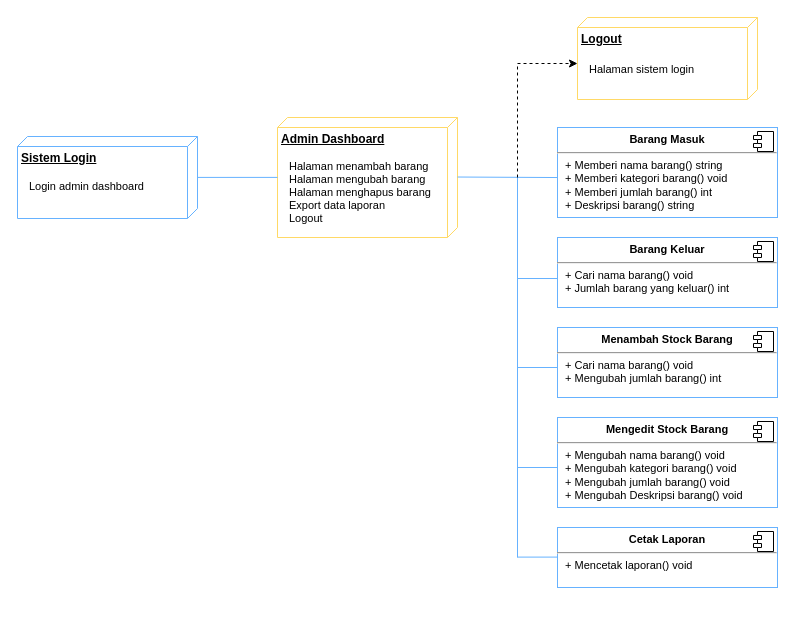
Earlier version of the draw.io diagram UML/Kusaku/Diagram Deployment.drawio (batdrr/tugas-kuliah). Source tidied: cells renumbered, new cells numbered last; positions are measured from the earlier drawing's top-left corner, leaving out a move shared by most shapes. Both pictures are drawn from the tidied source at 100%, with x=0, y=0 at pixel (17, 17).
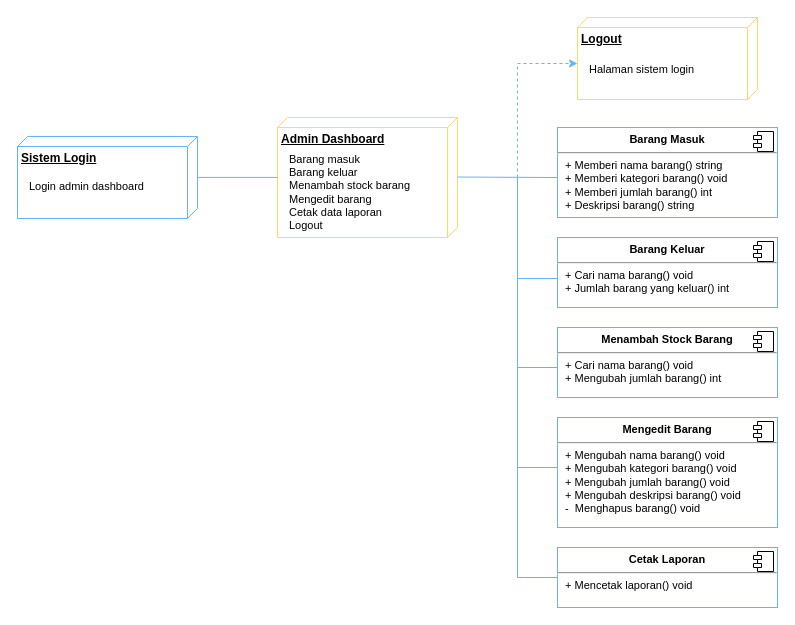
The same page after the edit.

Commit message (it also covers changes not shown here):
Fix Diagram Deployment

The change refers to these unchanged cells:
```xml
<mxCell id="16" value="&lt;b&gt;Logout&lt;/b&gt;" style="verticalAlign=top;align=left;spacingTop=8;spacingLeft=2;spacingRight=12;shape=cube;size=10;direction=south;fontStyle=4;html=1;labelBorderColor=none;fillColor=default;strokeColor=#FFD966;" parent="1" vertex="1">
  <mxGeometry x="560" width="180" height="82" as="geometry" />
</mxCell>
```

What changed in the source:
```diff
@@
-    <mxCell id="4" value="Halaman menambah barang&lt;br style=&quot;font-size: 11px&quot;&gt;Halaman mengubah barang&lt;br style=&quot;font-size: 11px&quot;&gt;Halaman menghapus barang&lt;br style=&quot;font-size: 11px&quot;&gt;Export data laporan&lt;br style=&quot;font-size: 11px&quot;&gt;Logout" style="text;html=1;strokeColor=none;fillColor=none;align=left;verticalAlign=middle;whiteSpace=wrap;rounded=0;fontSize=11;" parent="1" vertex="1">
+    <mxCell id="4" value="Barang masuk&lt;br&gt;Barang keluar&lt;br&gt;Menambah stock barang&lt;br&gt;Mengedit barang&lt;br style=&quot;font-size: 11px&quot;&gt;Cetak data laporan&lt;br style=&quot;font-size: 11px&quot;&gt;Logout" style="text;html=1;strokeColor=none;fillColor=none;align=left;verticalAlign=middle;whiteSpace=wrap;rounded=0;fontSize=11;" parent="1" vertex="1">
       <mxGeometry x="270" y="140" width="150" height="70" as="geometry" />
     </mxCell>
@@
-    <mxCell id="9" value="&lt;p style=&quot;margin: 6px 0px 0px ; text-align: center ; font-size: 11px&quot;&gt;&lt;b style=&quot;font-size: 11px&quot;&gt;&lt;font style=&quot;font-size: 11px&quot;&gt;Menambah Stock Barang&lt;/font&gt;&lt;/b&gt;&lt;/p&gt;&lt;hr style=&quot;font-size: 11px&quot;&gt;&lt;p style=&quot;margin: 0px 0px 0px 8px ; font-size: 11px&quot;&gt;+ Cari nama barang() void&lt;br style=&quot;font-size: 11px&quot;&gt;+ Mengubah jumlah barang() int&lt;/p&gt;" style="align=left;overflow=fill;html=1;fontSize=11;strokeColor=#66B2FF;" parent="1" vertex="1">
+    <mxCell id="9" value="&lt;p style=&quot;margin: 6px 0px 0px ; text-align: center ; font-size: 11px&quot;&gt;&lt;b style=&quot;font-size: 11px&quot;&gt;&lt;font style=&quot;font-size: 11px&quot;&gt;Menambah Stock Barang&lt;/font&gt;&lt;/b&gt;&lt;/p&gt;&lt;hr style=&quot;font-size: 11px&quot;&gt;&lt;p style=&quot;margin: 0px 0px 0px 8px ; font-size: 11px&quot;&gt;+ Cari nama barang() void&lt;br style=&quot;font-size: 11px&quot;&gt;+ Mengubah jumlah barang() int&lt;/p&gt;" style="align=left;overflow=fill;html=1;fontSize=11;strokeColor=#66B2FF;fillColor=none;" parent="1" vertex="1">
       <mxGeometry x="540" y="310" width="220" height="70" as="geometry" />
     </mxCell>
@@
-    <mxCell id="11" value="&lt;p style=&quot;margin: 6px 0px 0px ; text-align: center ; font-size: 11px&quot;&gt;&lt;b style=&quot;font-size: 11px&quot;&gt;&lt;font style=&quot;font-size: 11px&quot;&gt;Mengedit Stock Barang&lt;/font&gt;&lt;/b&gt;&lt;/p&gt;&lt;hr style=&quot;font-size: 11px&quot;&gt;&lt;p style=&quot;margin: 0px 0px 0px 8px ; font-size: 11px&quot;&gt;+ Mengubah nama barang() void&lt;/p&gt;&lt;p style=&quot;margin: 0px 0px 0px 8px ; font-size: 11px&quot;&gt;+ Mengubah kategori barang() void&lt;br style=&quot;font-size: 11px&quot;&gt;+ Mengubah jumlah barang() void&lt;/p&gt;&lt;p style=&quot;margin: 0px 0px 0px 8px ; font-size: 11px&quot;&gt;+ Mengubah Deskripsi barang() void&lt;/p&gt;" style="align=left;overflow=fill;html=1;fontSize=11;strokeColor=#66B2FF;" parent="1" vertex="1">
-      <mxGeometry x="540" y="400" width="220" height="90" as="geometry" />
+    <mxCell id="11" value="&lt;p style=&quot;margin: 6px 0px 0px ; text-align: center ; font-size: 11px&quot;&gt;&lt;b style=&quot;font-size: 11px&quot;&gt;&lt;font style=&quot;font-size: 11px&quot;&gt;Mengedit Barang&lt;/font&gt;&lt;/b&gt;&lt;/p&gt;&lt;hr style=&quot;font-size: 11px&quot;&gt;&lt;p style=&quot;margin: 0px 0px 0px 8px ; font-size: 11px&quot;&gt;+ Mengubah nama barang() void&lt;/p&gt;&lt;p style=&quot;margin: 0px 0px 0px 8px ; font-size: 11px&quot;&gt;+ Mengubah kategori barang() void&lt;br style=&quot;font-size: 11px&quot;&gt;+ Mengubah jumlah barang() void&lt;/p&gt;&lt;p style=&quot;margin: 0px 0px 0px 8px ; font-size: 11px&quot;&gt;+ Mengubah deskripsi barang() void&lt;/p&gt;&lt;p style=&quot;margin: 0px 0px 0px 8px ; font-size: 11px&quot;&gt;-&amp;nbsp; Menghapus barang() void&lt;/p&gt;" style="align=left;overflow=fill;html=1;fontSize=11;strokeColor=#66B2FF;" parent="1" vertex="1">
+      <mxGeometry x="540" y="400" width="220" height="110" as="geometry" />
     </mxCell>
@@
     <mxCell id="13" value="&lt;p style=&quot;margin: 6px 0px 0px ; text-align: center ; font-size: 11px&quot;&gt;&lt;b style=&quot;font-size: 11px&quot;&gt;&lt;font style=&quot;font-size: 11px&quot;&gt;Cetak Laporan&lt;/font&gt;&lt;/b&gt;&lt;/p&gt;&lt;hr style=&quot;font-size: 11px&quot;&gt;&lt;p style=&quot;margin: 0px 0px 0px 8px ; font-size: 11px&quot;&gt;+ Mencetak laporan() void&lt;br&gt;&lt;/p&gt;" style="align=left;overflow=fill;html=1;fontSize=11;strokeColor=#66B2FF;" parent="1" vertex="1">
-      <mxGeometry x="540" y="510" width="220" height="60" as="geometry" />
+      <mxGeometry x="540" y="530" width="220" height="60" as="geometry" />
     </mxCell>
@@
     <mxCell id="20" style="endArrow=none;html=1;rounded=0;fontSize=11;strokeColor=#66B2FF;" parent="1" edge="1">
       <mxGeometry relative="1" as="geometry">
-        <mxPoint x="500" y="540" as="sourcePoint" />
+        <mxPoint x="500" y="560" as="sourcePoint" />
         <mxPoint x="500" y="160" as="targetPoint" />
       </mxGeometry>
     </mxCell>
@@
     <mxCell id="24" style="endArrow=none;html=1;rounded=0;fontSize=11;entryX=0.001;entryY=0.586;entryDx=0;entryDy=0;entryPerimeter=0;strokeColor=#66B2FF;" parent="1" edge="1">
       <mxGeometry relative="1" as="geometry">
-        <mxPoint x="499.8" y="539.6" as="sourcePoint" />
-        <mxPoint x="540" y="539.6" as="targetPoint" />
+        <mxPoint x="499.8" y="560" as="sourcePoint" />
+        <mxPoint x="540" y="560" as="targetPoint" />
       </mxGeometry>
     </mxCell>
-    <mxCell id="25" style="dashed=1;endArrow=classic;html=1;rounded=0;fontSize=11;entryX=0;entryY=0;entryDx=46;entryDy=180;entryPerimeter=0;" parent="1" edge="1" target="16">
+    <mxCell id="25" style="dashed=1;endArrow=classic;html=1;rounded=0;fontSize=11;entryX=0;entryY=0;entryDx=46;entryDy=180;entryPerimeter=0;strokeColor=#66B2FF;" parent="1" edge="1" target="16">
       <mxGeometry relative="1" as="geometry">
         <mxPoint x="500" y="160" as="sourcePoint" />
         <Array as="points">
           <mxPoint x="500" y="46" />
         </Array>
       </mxGeometry>
     </mxCell>
```
